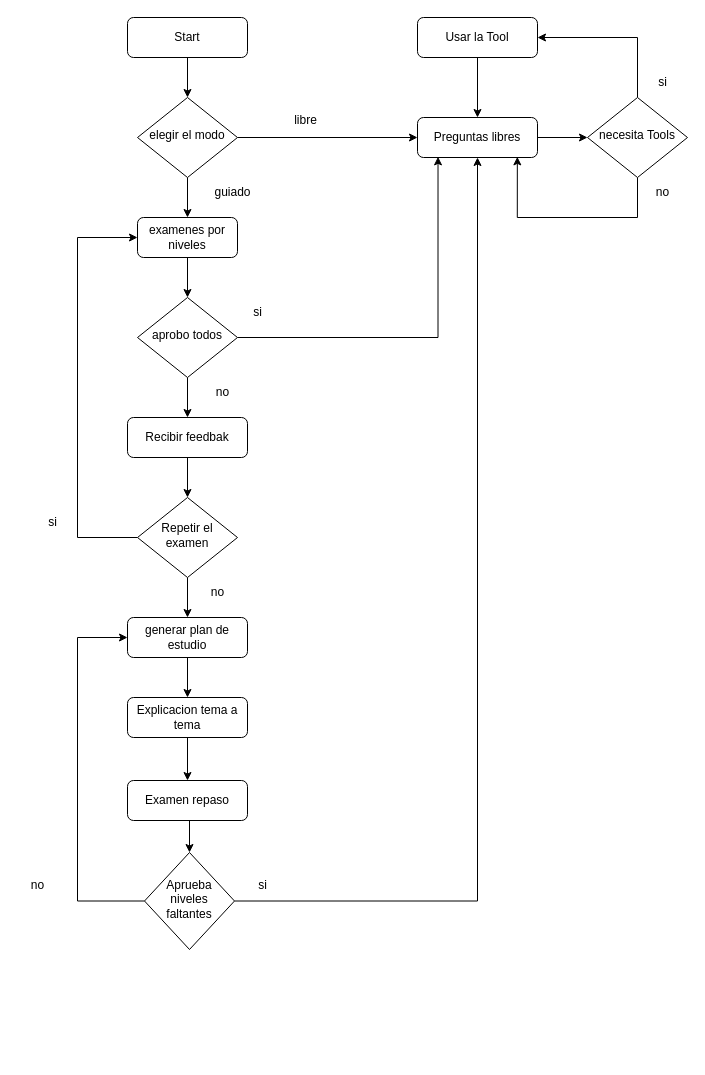
Above: page "Page-1" (1 of 2) of diagrams/flujo del proceso.drawio in josemgoji/custom_agent (draw.io), before the change. Source tidied: cells renumbered, new cells numbered last; positions are measured from the earlier drawing's top-left corner, leaving out a move shared by most shapes. Both pictures are drawn from the tidied source at 100%, with x=0, y=0 at pixel (17, 17).
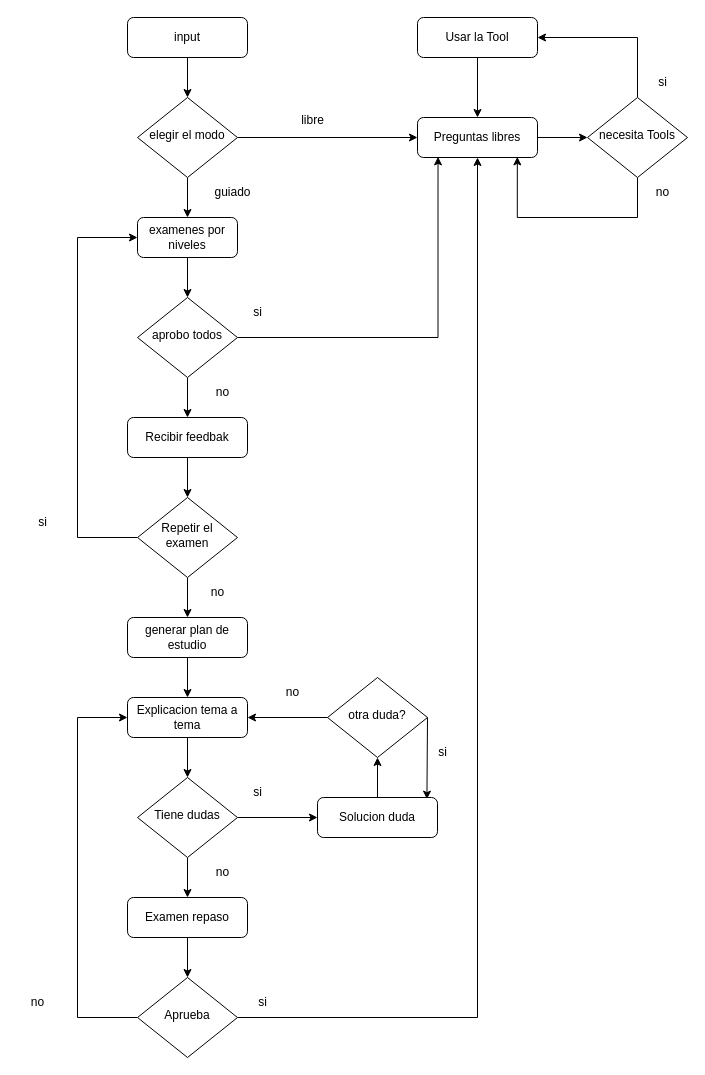
Above is the later version.

Unchanged cells that the change refers to:
```xml
<mxCell id="8" value="Preguntas libres" style="rounded=1;whiteSpace=wrap;html=1;fontSize=12;glass=0;strokeWidth=1;shadow=0;" parent="1" vertex="1">
  <mxGeometry x="400" y="100" width="120" height="40" as="geometry" />
</mxCell>
<mxCell id="20" value="generar plan de estudio" style="rounded=1;whiteSpace=wrap;html=1;fontSize=12;glass=0;strokeWidth=1;shadow=0;" parent="1" vertex="1">
  <mxGeometry x="110" y="600" width="120" height="40" as="geometry" />
</mxCell>
```

The edit, as a diff of the source:
```diff
@@
-    <mxCell id="3" value="Start" style="rounded=1;whiteSpace=wrap;html=1;fontSize=12;glass=0;strokeWidth=1;shadow=0;" parent="1" vertex="1">
+    <mxCell id="3" value="input" style="rounded=1;whiteSpace=wrap;html=1;fontSize=12;glass=0;strokeWidth=1;shadow=0;" parent="1" vertex="1">
       <mxGeometry x="110" width="120" height="40" as="geometry" />
     </mxCell>
@@
+    <mxCell id="43" style="edgeStyle=orthogonalEdgeStyle;rounded=0;jettySize=auto;html=1;exitX=0.5;exitY=1;exitDx=0;exitDy=0;" parent="1" edge="1" source="22" target="46">
+      <mxGeometry relative="1" as="geometry" />
+    </mxCell>
+    <mxCell id="22" value="Explicacion tema a tema" style="rounded=1;whiteSpace=wrap;html=1;fontSize=12;glass=0;strokeWidth=1;shadow=0;" parent="1" vertex="1">
+      <mxGeometry x="110" y="680" width="120" height="40" as="geometry" />
+    </mxCell>
+    <mxCell id="44" style="edgeStyle=orthogonalEdgeStyle;rounded=0;jettySize=auto;html=1;exitX=0.5;exitY=1;exitDx=0;exitDy=0;entryX=0.5;entryY=0;entryDx=0;entryDy=0;" parent="1" edge="1" source="46" target="24">
+      <mxGeometry relative="1" as="geometry" />
+    </mxCell>
+    <mxCell id="45" style="edgeStyle=orthogonalEdgeStyle;rounded=0;jettySize=auto;html=1;exitX=1;exitY=0.5;exitDx=0;exitDy=0;entryX=0;entryY=0.5;entryDx=0;entryDy=0;" parent="1" edge="1" source="46" target="47">
+      <mxGeometry relative="1" as="geometry" />
+    </mxCell>
+    <mxCell id="46" value="Tiene dudas" style="rhombus;whiteSpace=wrap;html=1;shadow=0;fontFamily=Helvetica;fontSize=12;align=center;strokeWidth=1;spacing=6;spacingTop=-4;" parent="1" vertex="1">
+      <mxGeometry x="120" y="760" width="100" height="80" as="geometry" />
+    </mxCell>
-    <mxCell id="21" style="edgeStyle=none;html=1;exitX=0.5;exitY=1;exitDx=0;exitDy=0;entryX=0.5;entryY=0;entryDx=0;entryDy=0;" parent="1" edge="1" source="22" target="24">
+    <mxCell id="21" style="edgeStyle=none;html=1;exitX=0.5;exitY=0;exitDx=0;exitDy=0;entryX=0.5;entryY=1;entryDx=0;entryDy=0;" parent="1" edge="1" source="47" target="51">
       <mxGeometry relative="1" as="geometry" />
     </mxCell>
-    <mxCell id="22" value="Explicacion tema a tema" style="rounded=1;whiteSpace=wrap;html=1;fontSize=12;glass=0;strokeWidth=1;shadow=0;" parent="1" vertex="1">
-      <mxGeometry x="110" y="680" width="120" height="40" as="geometry" />
-    </mxCell>
+    <mxCell id="47" value="Solucion duda" style="rounded=1;whiteSpace=wrap;html=1;fontSize=12;glass=0;strokeWidth=1;shadow=0;" parent="1" vertex="1">
+      <mxGeometry x="300" y="780" width="120" height="40" as="geometry" />
+    </mxCell>
@@
     <mxCell id="24" value="Examen repaso" style="rounded=1;whiteSpace=wrap;html=1;fontSize=12;glass=0;strokeWidth=1;shadow=0;" parent="1" vertex="1">
-      <mxGeometry x="110" y="763" width="120" height="40" as="geometry" />
+      <mxGeometry x="110" y="880" width="120" height="40" as="geometry" />
     </mxCell>
     <mxCell id="25" style="edgeStyle=orthogonalEdgeStyle;rounded=0;jettySize=auto;html=1;exitX=1;exitY=0.5;exitDx=0;exitDy=0;entryX=0.5;entryY=1;entryDx=0;entryDy=0;" parent="1" edge="1" source="27" target="8">
       <mxGeometry relative="1" as="geometry">
         <Array as="points">
-          <mxPoint x="460" y="883" />
+          <mxPoint x="460" y="1000" />
         </Array>
       </mxGeometry>
     </mxCell>
-    <mxCell id="26" style="edgeStyle=orthogonalEdgeStyle;rounded=0;jettySize=auto;html=1;exitX=0;exitY=0.5;exitDx=0;exitDy=0;entryX=0;entryY=0.5;entryDx=0;entryDy=0;" parent="1" edge="1" source="27" target="20">
+    <mxCell id="26" style="edgeStyle=orthogonalEdgeStyle;rounded=0;jettySize=auto;html=1;exitX=0;exitY=0.5;exitDx=0;exitDy=0;entryX=0;entryY=0.5;entryDx=0;entryDy=0;" parent="1" edge="1" source="27" target="22">
       <mxGeometry relative="1" as="geometry">
         <Array as="points">
-          <mxPoint x="60" y="883" />
-          <mxPoint x="60" y="620" />
+          <mxPoint x="60" y="1000" />
+          <mxPoint x="60" y="700" />
         </Array>
       </mxGeometry>
     </mxCell>
-    <mxCell id="27" value="Aprueba niveles faltantes" style="rhombus;whiteSpace=wrap;html=1;shadow=0;fontFamily=Helvetica;fontSize=12;align=center;strokeWidth=1;spacing=6;spacingTop=-4;" parent="1" vertex="1">
-      <mxGeometry x="127" y="835" width="90" height="97" as="geometry" />
+    <mxCell id="27" value="Aprueba" style="rhombus;whiteSpace=wrap;html=1;shadow=0;fontFamily=Helvetica;fontSize=12;align=center;strokeWidth=1;spacing=6;spacingTop=-4;" parent="1" vertex="1">
+      <mxGeometry x="120" y="960" width="100" height="80" as="geometry" />
     </mxCell>
@@
     <mxCell id="33" value="libre" style="text;html=1;align=center;verticalAlign=middle;strokeColor=none;fillColor=none;" parent="1" vertex="1">
-      <mxGeometry x="263" y="88" width="50" height="30" as="geometry" />
+      <mxGeometry x="270" y="88" width="50" height="30" as="geometry" />
     </mxCell>
@@
     <mxCell id="36" value="si" style="text;html=1;align=center;verticalAlign=middle;strokeColor=none;fillColor=none;" parent="1" vertex="1">
-      <mxGeometry x="20" y="490" width="30" height="30" as="geometry" />
+      <mxGeometry x="10" y="490" width="30" height="30" as="geometry" />
     </mxCell>
@@
+    <mxCell id="48" value="no" style="text;html=1;align=center;verticalAlign=middle;strokeColor=none;fillColor=none;" parent="1" vertex="1">
+      <mxGeometry x="185" y="840" width="40" height="30" as="geometry" />
+    </mxCell>
     <mxCell id="39" value="no" style="text;html=1;align=center;verticalAlign=middle;strokeColor=none;fillColor=none;" parent="1" vertex="1">
-      <mxGeometry y="853" width="40" height="30" as="geometry" />
+      <mxGeometry y="970" width="40" height="30" as="geometry" />
     </mxCell>
+    <mxCell id="49" value="si" style="text;html=1;align=center;verticalAlign=middle;strokeColor=none;fillColor=none;" parent="1" vertex="1">
+      <mxGeometry x="225" y="760" width="30" height="30" as="geometry" />
+    </mxCell>
     <mxCell id="40" value="si" style="text;html=1;align=center;verticalAlign=middle;strokeColor=none;fillColor=none;" parent="1" vertex="1">
-      <mxGeometry x="230" y="853" width="30" height="30" as="geometry" />
+      <mxGeometry x="230" y="970" width="30" height="30" as="geometry" />
     </mxCell>
@@
+    <mxCell id="50" style="edgeStyle=none;html=1;exitX=0;exitY=0.5;exitDx=0;exitDy=0;" parent="1" edge="1" source="51" target="22">
+      <mxGeometry relative="1" as="geometry" />
+    </mxCell>
+    <mxCell id="51" value="otra duda?" style="rhombus;whiteSpace=wrap;html=1;shadow=0;fontFamily=Helvetica;fontSize=12;align=center;strokeWidth=1;spacing=6;spacingTop=-4;" parent="1" vertex="1">
+      <mxGeometry x="310" y="660" width="100" height="80" as="geometry" />
+    </mxCell>
+    <mxCell id="52" style="edgeStyle=none;html=1;exitX=1;exitY=0.5;exitDx=0;exitDy=0;entryX=0.912;entryY=0.041;entryDx=0;entryDy=0;entryPerimeter=0;" parent="1" edge="1" source="51" target="47">
+      <mxGeometry relative="1" as="geometry" />
+    </mxCell>
+    <mxCell id="53" value="si" style="text;html=1;align=center;verticalAlign=middle;strokeColor=none;fillColor=none;" parent="1" vertex="1">
+      <mxGeometry x="410" y="720" width="30" height="30" as="geometry" />
+    </mxCell>
+    <mxCell id="54" value="no" style="text;html=1;align=center;verticalAlign=middle;strokeColor=none;fillColor=none;" parent="1" vertex="1">
+      <mxGeometry x="255" y="660" width="40" height="30" as="geometry" />
+    </mxCell>
```
